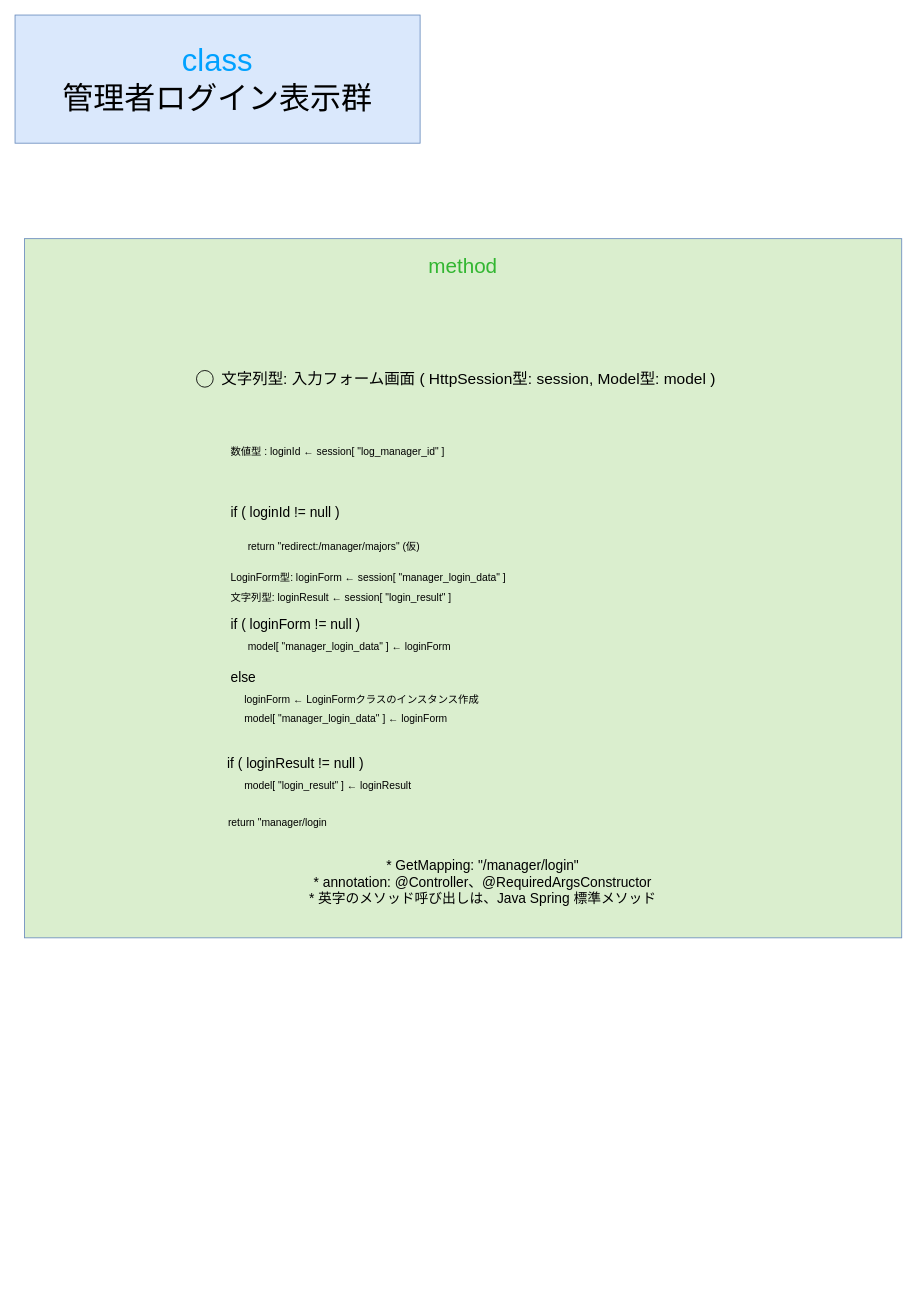
tro319/seiseki_manage_sys keeps this draw.io diagram as gijigengo/controller/view/manager/seiseki_manage_sys controller_view_manager LoginViewControllerクラス 疑似言語.drawio. Above is the earlier version. Source tidied: cells renumbered, new cells numbered last; positions are measured from the earlier drawing's top-left corner, leaving out a move shared by most shapes. Both pictures are drawn from the tidied source at 86%, with x=0, y=0 at pixel (15, 15).
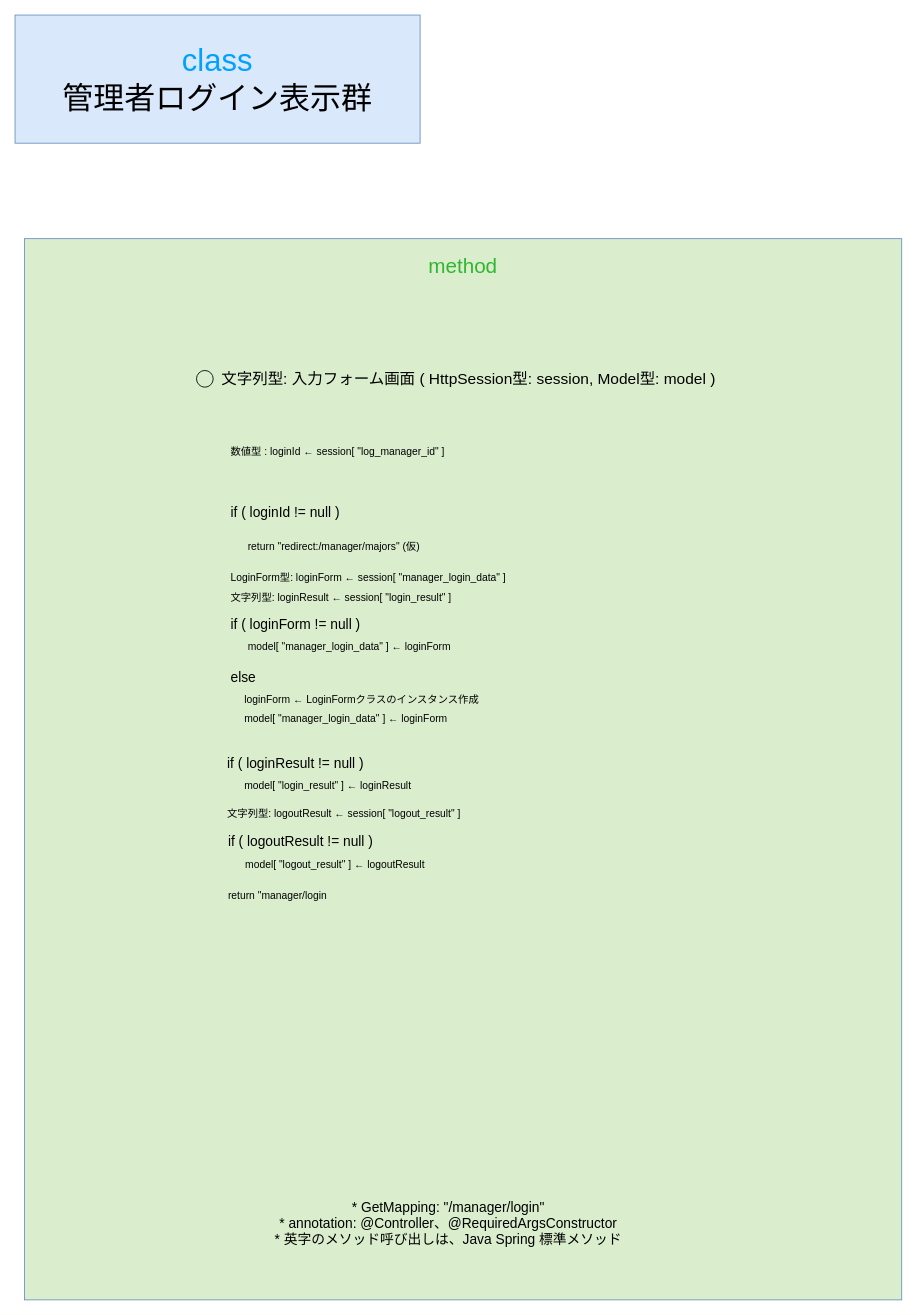
Above is the later version.

Diff of the diagram source:
```diff
@@
     <mxCell id="3" value="&lt;div&gt;&lt;font style=&quot;font-size: 24px;&quot;&gt;&lt;span style=&quot;color: rgb(50, 182, 49);&quot;&gt;&lt;span style=&quot;&quot;&gt;&lt;span style=&quot;&quot;&gt;&lt;span&gt;method&lt;/span&gt;&lt;/span&gt;&lt;/span&gt;&lt;/span&gt;&lt;/font&gt;&lt;/div&gt;&lt;div&gt;&lt;font style=&quot;font-size: 24px;&quot;&gt;&lt;span style=&quot;color: rgba(0, 0, 0, 0);&quot;&gt;&lt;span style=&quot;color: rgba(0, 0, 0, 0);&quot;&gt;&lt;span style=&quot;&quot;&gt;&lt;span style=&quot;&quot;&gt;&lt;br&gt;&lt;/span&gt;&lt;/span&gt;&lt;/span&gt;&lt;/span&gt;&lt;/font&gt;&lt;/div&gt;" style="text;html=1;whiteSpace=wrap;strokeColor=#6c8ebf;fillColor=light-dark(#daeece, #214210);align=center;verticalAlign=top;rounded=0;fontSize=36;fontColor=#00A1FF;" parent="1" vertex="1">
-      <mxGeometry x="11" y="260" width="1020" height="813" as="geometry" />
+      <mxGeometry x="11" y="260" width="1020" height="1234" as="geometry" />
     </mxCell>
@@
     <mxCell id="5" value="&lt;div&gt;&lt;span&gt;&lt;span&gt;&lt;span style=&quot;color: rgb(0, 0, 0);&quot;&gt;&lt;font style=&quot;font-size: 16px;&quot;&gt;* GetMapping: &quot;&lt;/font&gt;&lt;/span&gt;&lt;/span&gt;&lt;/span&gt;&lt;font style=&quot;font-size: 16px;&quot;&gt;/manager/login&lt;/font&gt;&lt;span&gt;&lt;span&gt;&lt;span style=&quot;color: rgb(0, 0, 0);&quot;&gt;&lt;font style=&quot;font-size: 16px;&quot;&gt;&quot;&lt;/font&gt;&lt;/span&gt;&lt;/span&gt;&lt;/span&gt;&lt;/div&gt;&lt;div&gt;&lt;span&gt;&lt;span&gt;&lt;span style=&quot;color: rgb(0, 0, 0);&quot;&gt;&lt;font style=&quot;font-size: 16px;&quot;&gt;* annotation: &lt;/font&gt;&lt;font style=&quot;font-size: 16px;&quot;&gt;@Controller&lt;/font&gt;&lt;font style=&quot;font-size: 16px;&quot;&gt;、@RequiredArgsConstructor&lt;/font&gt;&lt;/span&gt;&lt;/span&gt;&lt;/span&gt;&lt;/div&gt;&lt;div&gt;&lt;span&gt;&lt;span&gt;&lt;span style=&quot;color: rgb(0, 0, 0);&quot;&gt;&lt;font style=&quot;font-size: 16px;&quot;&gt;* 英字のメソッド呼び出しは、Java Spring 標準メソッド&lt;/font&gt;&lt;/span&gt;&lt;/span&gt;&lt;/span&gt;&lt;/div&gt;" style="text;html=1;whiteSpace=wrap;strokeColor=none;fillColor=none;align=center;verticalAlign=middle;rounded=0;" parent="1" vertex="1">
-      <mxGeometry x="249" y="993" width="590" height="30" as="geometry" />
+      <mxGeometry x="209" y="1390" width="590" height="30" as="geometry" />
     </mxCell>
@@
     <mxCell id="13" value="return &quot;manager/login" style="text;html=1;whiteSpace=wrap;strokeColor=none;fillColor=none;align=left;verticalAlign=middle;rounded=0;" parent="1" vertex="1">
-      <mxGeometry x="246" y="924" width="590" height="30" as="geometry" />
+      <mxGeometry x="246" y="1009" width="590" height="30" as="geometry" />
     </mxCell>
@@
+    <mxCell id="20" value="&lt;div align=&quot;left&quot;&gt;&lt;span style=&quot;color: rgb(0, 0, 0);&quot;&gt;&lt;font style=&quot;font-size: 16px;&quot;&gt;if ( logoutResult != null )&amp;nbsp;&lt;/font&gt;&lt;/span&gt;&lt;/div&gt;" style="text;html=1;whiteSpace=wrap;strokeColor=none;fillColor=none;align=left;verticalAlign=middle;rounded=0;" parent="1" vertex="1">
+      <mxGeometry x="246" y="946" width="590" height="30" as="geometry" />
+    </mxCell>
+    <mxCell id="21" value="model[ &quot;logout_result&quot; ] ← logoutResult" style="text;html=1;whiteSpace=wrap;strokeColor=none;fillColor=none;align=left;verticalAlign=middle;rounded=0;" parent="1" vertex="1">
+      <mxGeometry x="266" y="973" width="590" height="30" as="geometry" />
+    </mxCell>
+    <mxCell id="22" value="文字列型: logoutResult ← session[ &quot;logout_result&quot; ]" style="text;html=1;whiteSpace=wrap;strokeColor=none;fillColor=none;align=left;verticalAlign=middle;rounded=0;" parent="1" vertex="1">
+      <mxGeometry x="245" y="914" width="590" height="30" as="geometry" />
+    </mxCell>
```
